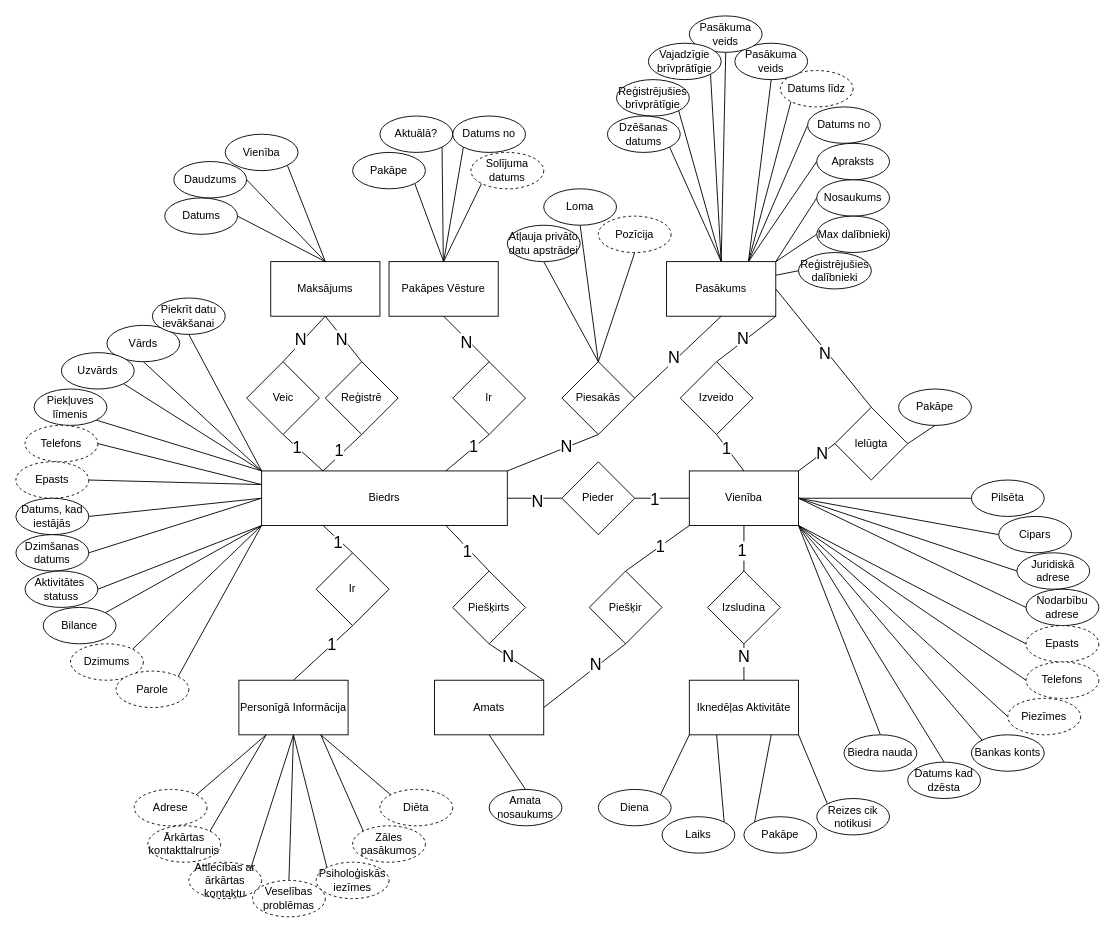
JekabsVanags/LSGCO_IS keeps this draw.io diagram as page "konceptualais_DB" (8 of 10) of Documentation/DiagramData/LSGCO_IS_DIAGRAMS.drawio. Above is the earlier version. Source tidied: cells renumbered, new cells numbered last; positions are measured from the earlier drawing's top-left corner, leaving out a move shared by most shapes. Both pictures are drawn from the tidied source at 91%, with x=0, y=0 at pixel (15, 15).
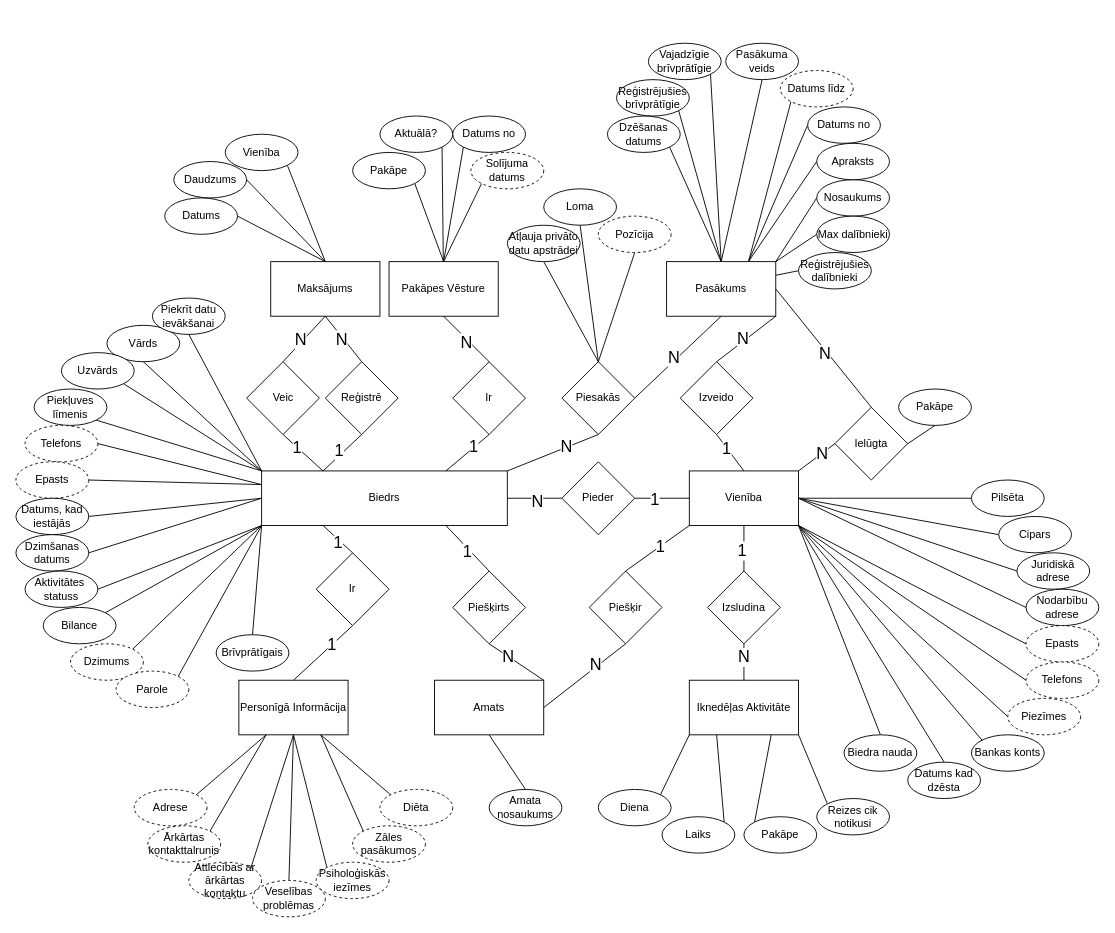
Above is the later version.

Unchanged cells that the change refers to:
```xml
<mxCell id="13" value="Pasākums" style="rounded=0;whiteSpace=wrap;html=1;" parent="1" vertex="1">
  <mxGeometry x="715" y="270" width="120" height="60" as="geometry" />
</mxCell>
```

What changed in the source:
```diff
@@
-    <mxCell id="140" style="edgeStyle=none;shape=connector;rounded=0;jettySize=auto;html=1;exitX=0.5;exitY=1;exitDx=0;exitDy=0;entryX=0.75;entryY=0;entryDx=0;entryDy=0;labelBackgroundColor=default;strokeColor=default;align=center;verticalAlign=middle;fontFamily=Helvetica;fontSize=11;fontColor=default;endArrow=none;endFill=0;" parent="1" edge="1" source="141" target="13">
-      <mxGeometry relative="1" as="geometry" />
-    </mxCell>
-    <mxCell id="141" value="Pasākuma veids" style="ellipse;whiteSpace=wrap;html=1;" parent="1" vertex="1">
-      <mxGeometry x="790" y="30" width="80" height="40" as="geometry" />
-    </mxCell>
@@
     <mxCell id="143" value="Pasākuma veids" style="ellipse;whiteSpace=wrap;html=1;" parent="1" vertex="1">
-      <mxGeometry x="740" width="80" height="40" as="geometry" />
+      <mxGeometry x="780" y="30" width="80" height="40" as="geometry" />
     </mxCell>
@@
+    <mxCell id="178" style="rounded=0;jettySize=auto;html=1;exitX=0.5;exitY=0;exitDx=0;exitDy=0;endArrow=none;endFill=0;" parent="1" edge="1" source="179">
+      <mxGeometry relative="1" as="geometry">
+        <mxPoint x="270" y="560" as="targetPoint" />
+      </mxGeometry>
+    </mxCell>
+    <mxCell id="179" value="Brīvprātīgais" style="ellipse;whiteSpace=wrap;html=1;" parent="1" vertex="1">
+      <mxGeometry x="220" y="680" width="80" height="40" as="geometry" />
+    </mxCell>
```
